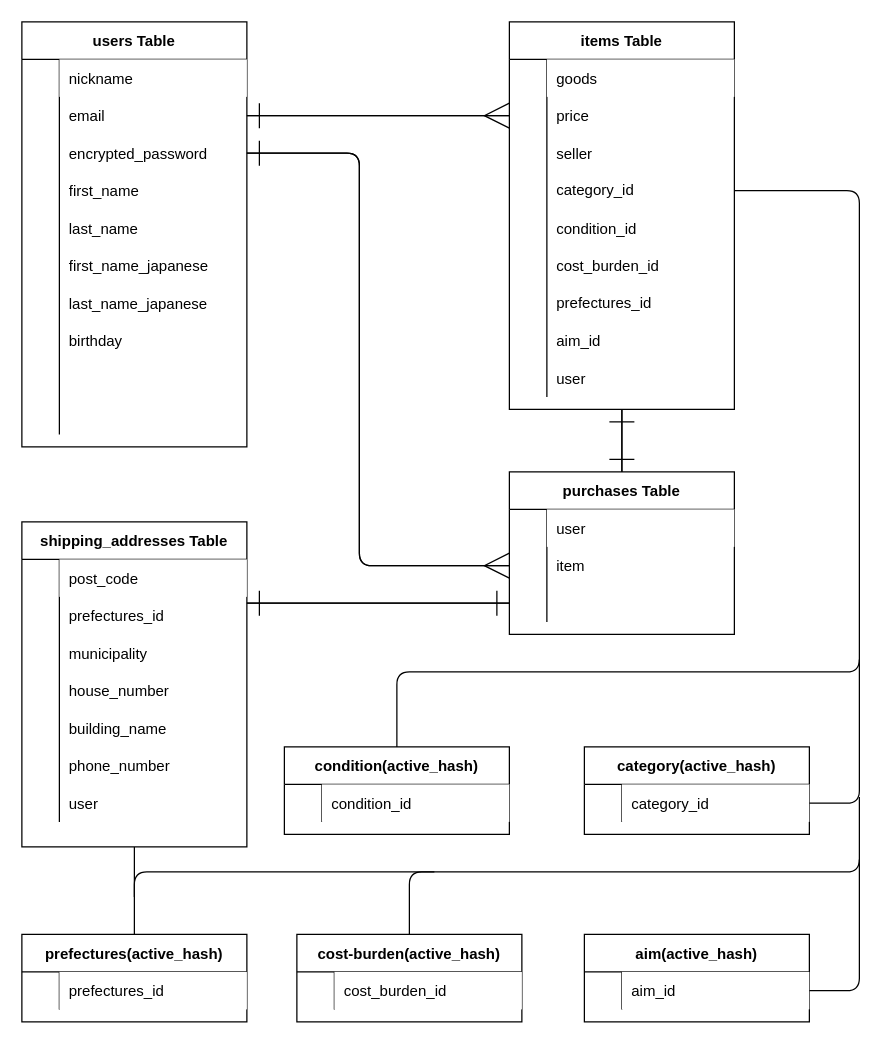
Earlier version of the draw.io diagram furima.dio (kakehi22222/furima-38489). Source tidied: cells renumbered, new cells numbered last; positions are measured from the earlier drawing's top-left corner, leaving out a move shared by most shapes. Both pictures are drawn from the tidied source at 125%, with x=0, y=0 at pixel (21, 21).
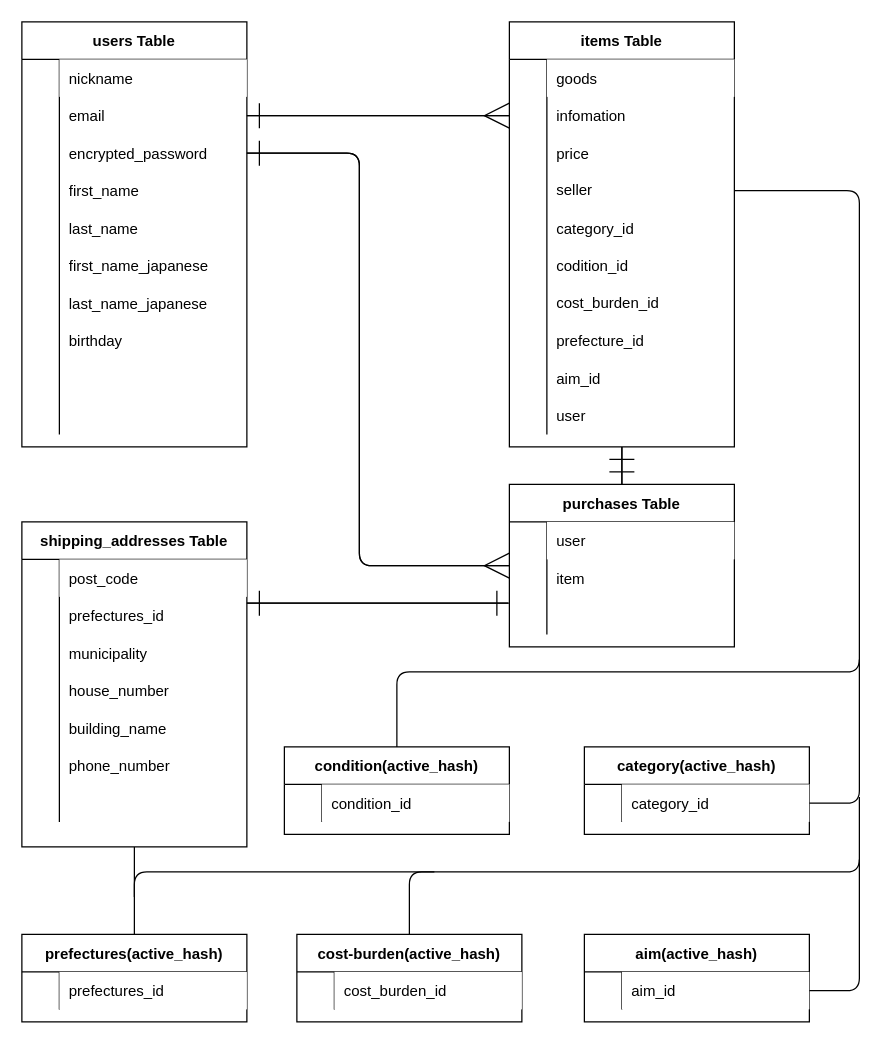
Above is the later version.

Commit message (it also covers changes not shown here):
レビュー修正４(itemテーブルのinformation追加、shipping_addressesテーブルのuser消去)

The change refers to these unchanged cells:
```xml
<mxCell id="10" style="shape=partialRectangle;fillColor=none;top=0;left=0;bottom=0;right=0;points=[[0,0.5],[1,0.5]];portConstraint=eastwest;" parent="3" vertex="1">
  <mxGeometry y="90" width="180" height="30" as="geometry" />
</mxCell>
<mxCell id="39" style="shape=partialRectangle;fillColor=none;top=0;left=0;bottom=0;right=0;points=[[0,0.5],[1,0.5]];portConstraint=eastwest;" parent="35" vertex="1">
  <mxGeometry y="60" width="180" height="30" as="geometry" />
</mxCell>
<mxCell id="42" style="shape=partialRectangle;fillColor=none;top=0;left=0;bottom=0;right=0;" parent="35" vertex="1">
  <mxGeometry y="90" width="180" height="30" as="geometry" />
</mxCell>
<mxCell id="45" style="shape=partialRectangle;fillColor=none;top=0;left=0;bottom=0;right=0;points=[[0,0.5],[1,0.5]];portConstraint=eastwest;" parent="35" vertex="1">
  <mxGeometry y="120" width="180" height="30" as="geometry" />
</mxCell>
<mxCell id="48" style="shape=partialRectangle;fillColor=none;top=0;left=0;bottom=0;right=0;" parent="35" vertex="1">
  <mxGeometry y="150" width="180" height="30" as="geometry" />
</mxCell>
<mxCell id="51" style="shape=partialRectangle;fillColor=none;top=0;left=0;bottom=0;right=0;" parent="35" vertex="1">
  <mxGeometry y="180" width="180" height="30" as="geometry" />
</mxCell>
<mxCell id="54" style="shape=partialRectangle;fillColor=none;top=0;left=0;bottom=0;right=0;" parent="35" vertex="1">
  <mxGeometry y="210" width="180" height="30" as="geometry" />
</mxCell>
<mxCell id="57" style="shape=partialRectangle;fillColor=none;top=0;left=0;bottom=0;right=0;" parent="35" vertex="1">
  <mxGeometry y="240" width="180" height="30" as="geometry" />
</mxCell>
<mxCell id="60" style="shape=partialRectangle;fillColor=none;top=0;left=0;bottom=0;right=0;" parent="35" vertex="1">
  <mxGeometry y="270" width="180" height="30" as="geometry" />
</mxCell>
<mxCell id="83" style="shape=partialRectangle;fillColor=none;top=0;left=0;bottom=0;right=0;" parent="64" vertex="1">
  <mxGeometry y="210" width="180" height="30" as="geometry" />
</mxCell>
<mxCell id="91" style="shape=partialRectangle;fillColor=none;top=0;left=0;bottom=0;right=0;points=[[0,0.5],[1,0.5]];portConstraint=eastwest;" parent="87" vertex="1">
  <mxGeometry y="60" width="180" height="30" as="geometry" />
</mxCell>
<mxCell id="94" style="shape=partialRectangle;fillColor=none;top=0;left=0;bottom=0;right=0;points=[[0,0.5],[1,0.5]];portConstraint=eastwest;" parent="87" vertex="1">
  <mxGeometry y="90" width="180" height="30" as="geometry" />
</mxCell>
```

Diff of the diagram source:
```diff
@@
-    <mxCell id="34" style="edgeStyle=none;html=1;exitX=0.5;exitY=1;exitDx=0;exitDy=0;endArrow=ERone;endFill=0;endSize=18;" parent="1" edge="1" source="35">
-      <mxGeometry relative="1" as="geometry">
-        <mxPoint x="480" y="360" as="targetPoint" />
-      </mxGeometry>
+    <mxCell id="34" style="edgeStyle=none;html=1;exitX=0.5;exitY=1;exitDx=0;exitDy=0;endArrow=ERone;endFill=0;endSize=18;entryX=0.5;entryY=0;entryDx=0;entryDy=0;" parent="1" edge="1" source="35" target="87">
+      <mxGeometry relative="1" as="geometry" />
     </mxCell>
     <mxCell id="35" value="items Table" style="shape=table;startSize=30;childLayout=tableLayout;rowLines=0;fontStyle=1;align=center;gradientColor=#ffffff;" parent="1" vertex="1">
-      <mxGeometry x="390" width="180" height="310" as="geometry" />
+      <mxGeometry x="390" width="180" height="340" as="geometry" />
     </mxCell>
@@
-    <mxCell id="41" value="price" style="shape=partialRectangle;fillColor=none;top=0;left=0;bottom=0;right=0;align=left;spacingLeft=6;overflow=hidden;" parent="39" vertex="1">
+    <mxCell id="41" value="infomation" style="shape=partialRectangle;fillColor=none;top=0;left=0;bottom=0;right=0;align=left;spacingLeft=6;overflow=hidden;" parent="39" vertex="1">
       <mxGeometry x="30" width="150" height="30" as="geometry" />
     </mxCell>
@@
-    <mxCell id="44" value="seller" style="shape=partialRectangle;fillColor=none;top=0;left=0;bottom=0;right=0;align=left;spacingLeft=6;overflow=hidden;" parent="42" vertex="1">
+    <mxCell id="44" value="price" style="shape=partialRectangle;fillColor=none;top=0;left=0;bottom=0;right=0;align=left;spacingLeft=6;overflow=hidden;" parent="42" vertex="1">
       <mxGeometry x="30" width="150" height="30" as="geometry" />
     </mxCell>
@@
-    <mxCell id="47" value="category_id" style="shape=partialRectangle;fillColor=none;top=0;left=0;bottom=0;right=0;align=left;spacingLeft=6;overflow=hidden;whiteSpace=wrap;" parent="45" vertex="1">
+    <mxCell id="47" value="seller" style="shape=partialRectangle;fillColor=none;top=0;left=0;bottom=0;right=0;align=left;spacingLeft=6;overflow=hidden;whiteSpace=wrap;" parent="45" vertex="1">
       <mxGeometry x="30" width="150" height="30" as="geometry" />
     </mxCell>
@@
-    <mxCell id="50" value="condition_id" style="shape=partialRectangle;fillColor=none;top=0;left=0;bottom=0;right=0;align=left;spacingLeft=6;overflow=hidden;" parent="48" vertex="1">
+    <mxCell id="50" value="category_id" style="shape=partialRectangle;fillColor=none;top=0;left=0;bottom=0;right=0;align=left;spacingLeft=6;overflow=hidden;" parent="48" vertex="1">
       <mxGeometry x="30" width="150" height="30" as="geometry" />
     </mxCell>
@@
-    <mxCell id="53" value="cost_burden_id" style="shape=partialRectangle;fillColor=none;top=0;left=0;bottom=0;right=0;align=left;spacingLeft=6;overflow=hidden;" parent="51" vertex="1">
+    <mxCell id="53" value="codition_id" style="shape=partialRectangle;fillColor=none;top=0;left=0;bottom=0;right=0;align=left;spacingLeft=6;overflow=hidden;" parent="51" vertex="1">
       <mxGeometry x="30" width="150" height="30" as="geometry" />
     </mxCell>
@@
-    <mxCell id="56" value="prefectures_id" style="shape=partialRectangle;fillColor=none;top=0;left=0;bottom=0;right=0;align=left;spacingLeft=6;overflow=hidden;whiteSpace=wrap;" parent="54" vertex="1">
+    <mxCell id="56" value="cost_burden_id" style="shape=partialRectangle;fillColor=none;top=0;left=0;bottom=0;right=0;align=left;spacingLeft=6;overflow=hidden;whiteSpace=wrap;" parent="54" vertex="1">
       <mxGeometry x="30" width="150" height="30" as="geometry" />
     </mxCell>
@@
-    <mxCell id="59" value="aim_id" style="shape=partialRectangle;fillColor=none;top=0;left=0;bottom=0;right=0;align=left;spacingLeft=6;overflow=hidden;" parent="57" vertex="1">
+    <mxCell id="59" value="prefecture_id" style="shape=partialRectangle;fillColor=none;top=0;left=0;bottom=0;right=0;align=left;spacingLeft=6;overflow=hidden;" parent="57" vertex="1">
       <mxGeometry x="30" width="150" height="30" as="geometry" />
     </mxCell>
@@
-    <mxCell id="62" value="user" style="shape=partialRectangle;fillColor=none;top=0;left=0;bottom=0;right=0;align=left;spacingLeft=6;overflow=hidden;" parent="60" vertex="1">
+    <mxCell id="62" value="aim_id" style="shape=partialRectangle;fillColor=none;top=0;left=0;bottom=0;right=0;align=left;spacingLeft=6;overflow=hidden;" parent="60" vertex="1">
       <mxGeometry x="30" width="150" height="30" as="geometry" />
     </mxCell>
+    <mxCell id="128" style="shape=partialRectangle;fillColor=none;top=0;left=0;bottom=0;right=0;" parent="35" vertex="1">
+      <mxGeometry y="300" width="180" height="30" as="geometry" />
+    </mxCell>
+    <mxCell id="129" style="shape=partialRectangle;fillColor=none;top=0;left=0;bottom=0;right=0;overflow=hidden;" parent="128" vertex="1">
+      <mxGeometry width="30" height="30" as="geometry" />
+    </mxCell>
+    <mxCell id="130" value="user" style="shape=partialRectangle;fillColor=none;top=0;left=0;bottom=0;right=0;align=left;spacingLeft=6;overflow=hidden;" parent="128" vertex="1">
+      <mxGeometry x="30" width="150" height="30" as="geometry" />
+    </mxCell>
@@
-    <mxCell id="85" value="user" style="shape=partialRectangle;fillColor=none;top=0;left=0;bottom=0;right=0;align=left;spacingLeft=6;overflow=hidden;" parent="83" vertex="1">
+    <mxCell id="85" style="shape=partialRectangle;fillColor=none;top=0;left=0;bottom=0;right=0;align=left;spacingLeft=6;overflow=hidden;" parent="83" vertex="1">
       <mxGeometry x="30" width="150" height="30" as="geometry" />
     </mxCell>
-    <mxCell id="86" style="edgeStyle=none;html=1;exitX=0.5;exitY=0;exitDx=0;exitDy=0;entryX=0.5;entryY=1;entryDx=0;entryDy=0;endArrow=ERone;endFill=0;endSize=18;" parent="1" edge="1" source="87" target="35">
+    <mxCell id="86" style="edgeStyle=none;html=1;exitX=0.5;exitY=0;exitDx=0;exitDy=0;endArrow=ERone;endFill=0;endSize=18;entryX=0.5;entryY=1;entryDx=0;entryDy=0;" parent="1" edge="1" source="87" target="35">
       <mxGeometry relative="1" as="geometry" />
     </mxCell>
     <mxCell id="87" value="purchases Table" style="shape=table;startSize=30;childLayout=tableLayout;rowLines=0;fontStyle=1;align=center;labelBorderColor=none;" parent="1" vertex="1">
-      <mxGeometry x="390" y="360" width="180" height="130" as="geometry" />
+      <mxGeometry x="390" y="370" width="180" height="130" as="geometry" />
     </mxCell>
@@
-    <mxCell id="99" style="edgeStyle=none;html=1;exitX=0;exitY=0.5;exitDx=0;exitDy=0;endArrow=ERone;endFill=0;endSize=18;entryX=1;entryY=0.5;entryDx=0;entryDy=0;" parent="1" edge="1" source="91" target="10">
+    <mxCell id="99" style="edgeStyle=none;html=1;endArrow=ERone;endFill=0;endSize=18;entryX=1;entryY=0.5;entryDx=0;entryDy=0;" parent="1" edge="1" target="10">
       <mxGeometry relative="1" as="geometry">
+        <mxPoint x="390" y="435" as="sourcePoint" />
         <Array as="points">
           <mxPoint x="270" y="435" />
           <mxPoint x="270" y="105" />
         </Array>
       </mxGeometry>
     </mxCell>
-    <mxCell id="100" style="edgeStyle=none;html=1;exitX=1;exitY=0.5;exitDx=0;exitDy=0;entryX=0;entryY=0.5;entryDx=0;entryDy=0;endArrow=ERmany;endFill=0;endSize=18;" parent="1" edge="1" source="10" target="91">
+    <mxCell id="100" style="edgeStyle=none;html=1;exitX=1;exitY=0.5;exitDx=0;exitDy=0;endArrow=ERmany;endFill=0;endSize=18;" parent="1" edge="1" source="10">
       <mxGeometry relative="1" as="geometry">
+        <mxPoint x="390" y="435" as="targetPoint" />
         <Array as="points">
           <mxPoint x="270" y="105" />
           <mxPoint x="270" y="435" />
         </Array>
       </mxGeometry>
     </mxCell>
-    <mxCell id="101" style="edgeStyle=none;html=1;exitX=0;exitY=0.5;exitDx=0;exitDy=0;endArrow=ERone;endFill=0;endSize=18;" parent="1" edge="1" source="94">
+    <mxCell id="101" style="edgeStyle=none;html=1;exitX=-0.006;exitY=0.167;exitDx=0;exitDy=0;endArrow=ERone;endFill=0;endSize=18;exitPerimeter=0;" parent="1" edge="1" source="94">
       <mxGeometry relative="1" as="geometry">
         <mxPoint x="180" y="465" as="targetPoint" />
       </mxGeometry>
     </mxCell>
-    <mxCell id="102" style="edgeStyle=none;html=1;entryX=0;entryY=0.5;entryDx=0;entryDy=0;endArrow=ERone;endFill=0;endSize=18;" parent="1" edge="1" target="94">
+    <mxCell id="102" style="edgeStyle=none;html=1;entryX=0;entryY=0.167;entryDx=0;entryDy=0;endArrow=ERone;endFill=0;endSize=18;entryPerimeter=0;" parent="1" edge="1" target="94">
       <mxGeometry relative="1" as="geometry">
         <mxPoint x="180" y="465" as="sourcePoint" />
       </mxGeometry>
     </mxCell>
```
